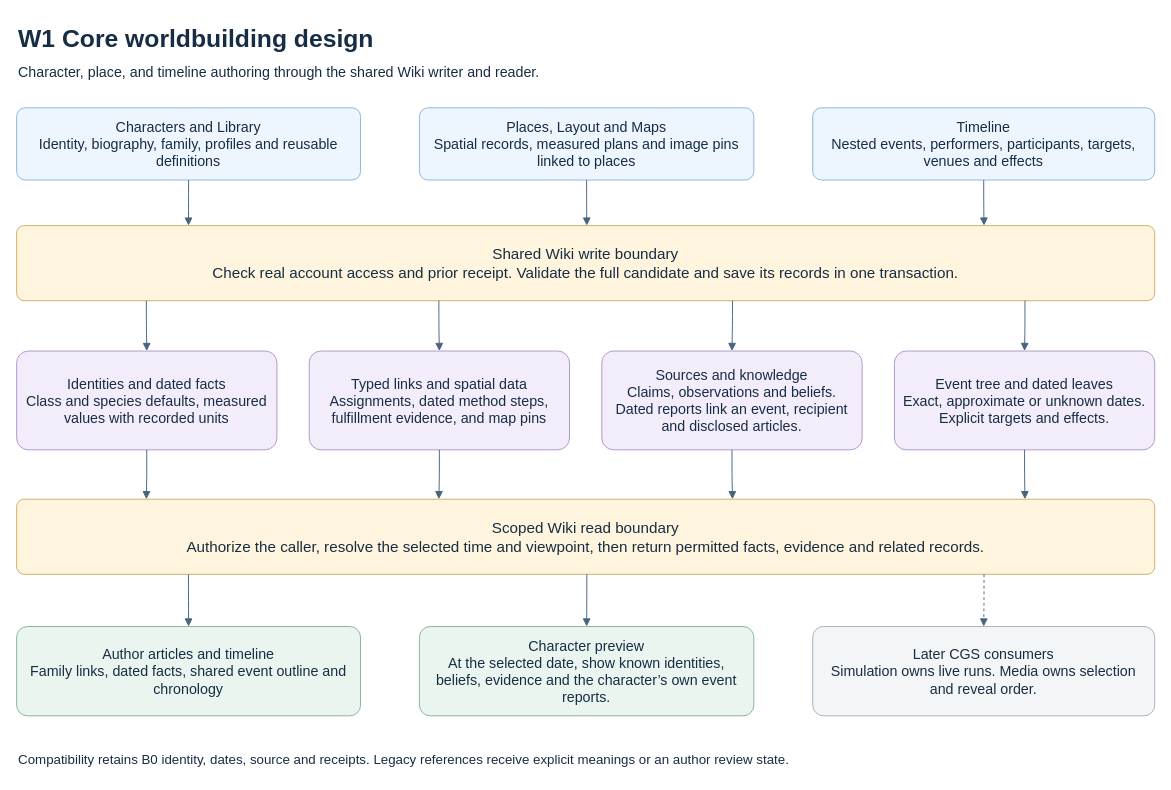
DEVdaVinci/CGS-v1 keeps this draw.io diagram as page "W1 Core worldbuilding design" (5 of 17) of docs/CGS_Codex_Local_Handoff/CGS_First_Playable_Architecture.drawio. Above is the earlier version. Source tidied: cells renumbered, new cells numbered last; positions are measured from the earlier drawing's top-left corner, leaving out a move shared by most shapes. Both pictures are drawn from the tidied source at 95%, with x=0, y=0 at pixel (16, 16).
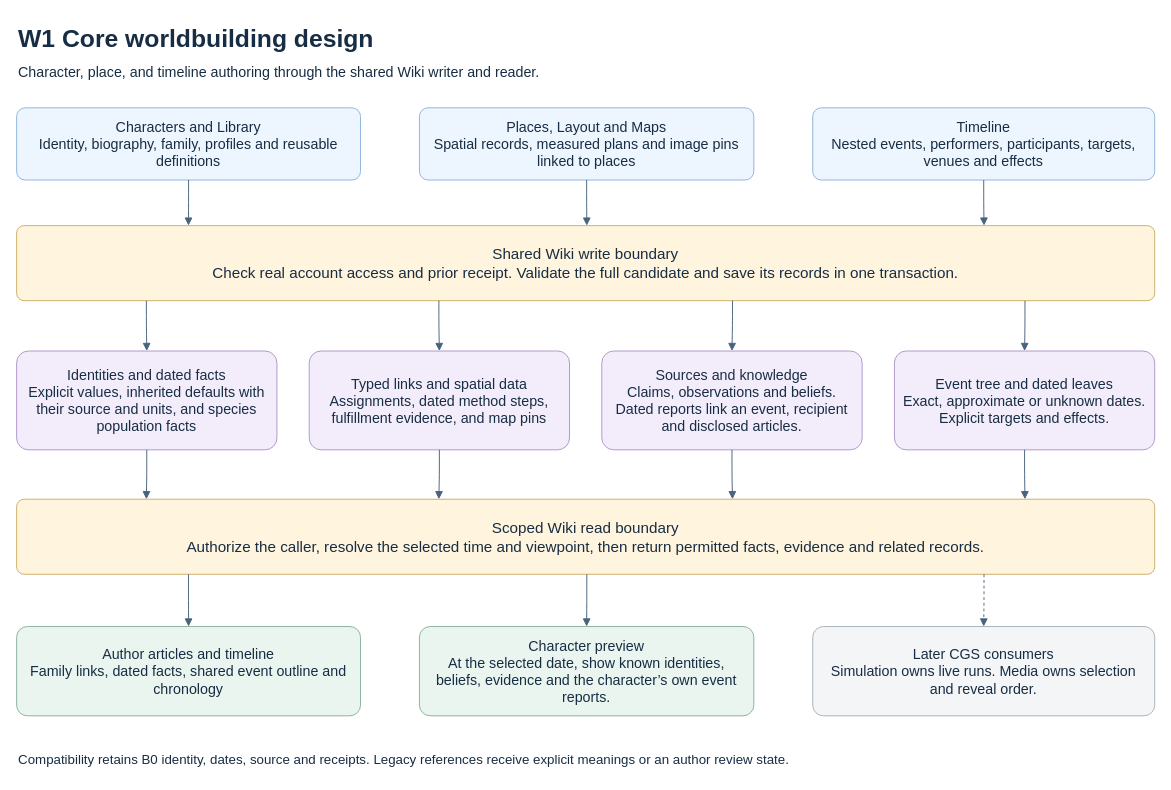
After the change.

Commit message (it also covers changes not shown here):
Explain inherited Wiki defaults and separate population measures

Change to the diagram source:
```diff
@@
-    <mxCell id="8" value="Identities and dated facts&#10;Class and species defaults, measured values with recorded units" style="rounded=1;arcSize=12;whiteSpace=wrap;spacing=8;fontSize=15;fillColor=#F3EDFB;strokeColor=#AE96C9;fontColor=#172D43;" parent="1" vertex="1">
+    <mxCell id="8" value="Identities and dated facts&#10;Explicit values, inherited defaults with their source and units, and species population facts" style="rounded=1;arcSize=12;whiteSpace=wrap;spacing=8;fontSize=15;fillColor=#F3EDFB;strokeColor=#AE96C9;fontColor=#172D43;" parent="1" vertex="1">
       <mxGeometry y="352" width="274" height="104" as="geometry" />
     </mxCell>
```
